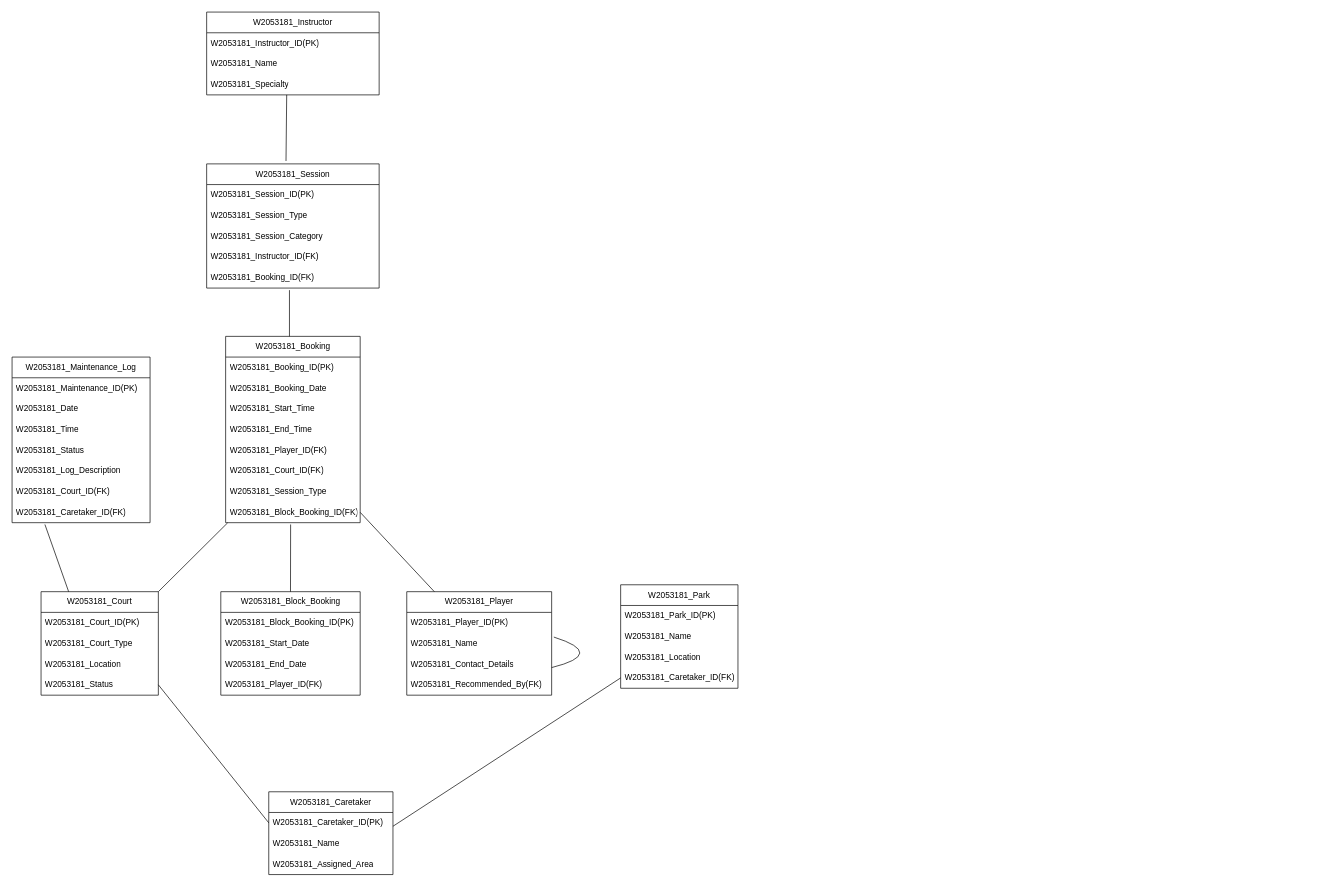
The draw.io diagram Untitled Diagram.drawio in ShenalSen/24_5COSC020_CWK, before the edit. Source tidied: cells renumbered, new cells numbered last; positions are measured from the earlier drawing's top-left corner, leaving out a move shared by most shapes. Both pictures are drawn from the tidied source at 69%, with x=0, y=0 at pixel (12, 12).
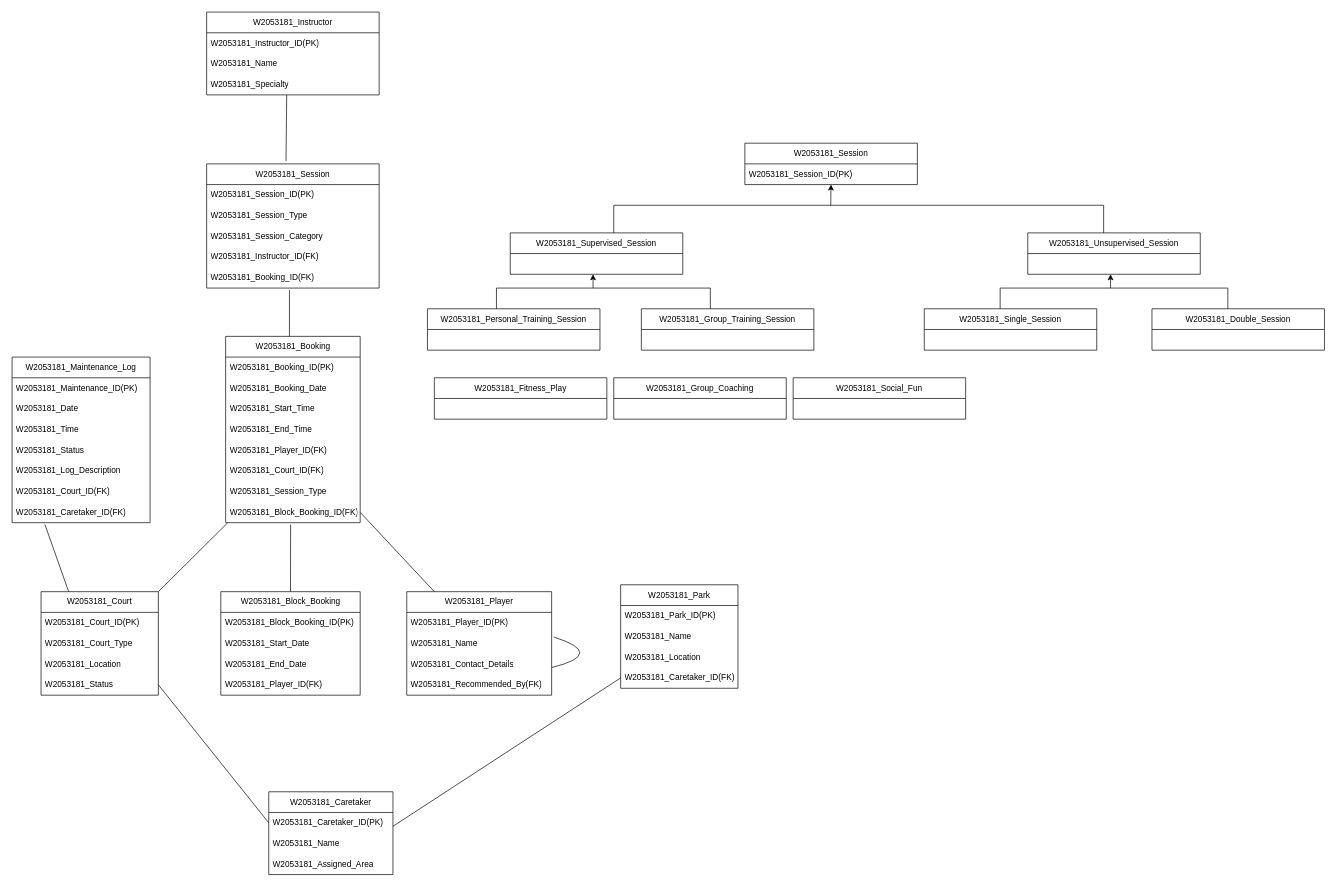
After the change.

Change to the diagram source:
```diff
@@
+    <mxCell id="62" value="W2053181_Session" style="swimlane;fontStyle=0;horizontal=1;startSize=30;whiteSpace=wrap;html=1;" parent="1" vertex="1">
+      <mxGeometry x="1062" y="190" width="250" height="60" as="geometry" />
+    </mxCell>
+    <mxCell id="63" value="W2053181_Session_ID(PK)" style="text;strokeColor=none;fillColor=none;align=left;verticalAlign=middle;spacingLeft=4;spacingRight=4;overflow=hidden;points=[[0,0.5],[1,0.5]];portConstraint=eastwest;whiteSpace=wrap;html=1;" parent="62" vertex="1">
+      <mxGeometry y="30" width="250" height="30" as="geometry" />
+    </mxCell>
+    <mxCell id="64" value="W2053181_Personal_Training_Session" style="swimlane;fontStyle=0;horizontal=1;startSize=30;whiteSpace=wrap;html=1;" parent="1" vertex="1">
+      <mxGeometry x="602" y="430" width="250" height="60" as="geometry" />
+    </mxCell>
+    <mxCell id="65" value="W2053181_Unsupervised_Session" style="swimlane;fontStyle=0;horizontal=1;startSize=30;whiteSpace=wrap;html=1;" parent="1" vertex="1">
+      <mxGeometry x="1472" y="320" width="250" height="60" as="geometry" />
+    </mxCell>
+    <mxCell id="66" style="endArrow=classic;html=1;rounded=0;" parent="65" edge="1">
+      <mxGeometry relative="1" as="geometry">
+        <mxPoint x="120" y="80" as="sourcePoint" />
+        <mxPoint x="120" y="60" as="targetPoint" />
+      </mxGeometry>
+    </mxCell>
+    <mxCell id="67" value="W2053181_Supervised_Session" style="swimlane;fontStyle=0;horizontal=1;startSize=30;whiteSpace=wrap;html=1;" parent="1" vertex="1">
+      <mxGeometry x="722" y="320" width="250" height="60" as="geometry" />
+    </mxCell>
+    <mxCell id="68" value="W2053181_Group_Training_Session" style="swimlane;fontStyle=0;horizontal=1;startSize=30;whiteSpace=wrap;html=1;" parent="1" vertex="1">
+      <mxGeometry x="912" y="430" width="250" height="60" as="geometry" />
+    </mxCell>
+    <mxCell id="69" value="W2053181_Double_Session" style="swimlane;fontStyle=0;horizontal=1;startSize=30;whiteSpace=wrap;html=1;" parent="1" vertex="1">
+      <mxGeometry x="1652" y="430" width="250" height="60" as="geometry" />
+    </mxCell>
+    <mxCell id="70" value="W2053181_Single_Session" style="swimlane;fontStyle=0;horizontal=1;startSize=30;whiteSpace=wrap;html=1;" parent="1" vertex="1">
+      <mxGeometry x="1322" y="430" width="250" height="60" as="geometry" />
+    </mxCell>
+    <mxCell id="71" value="W2053181_Group_Coaching" style="swimlane;fontStyle=0;horizontal=1;startSize=30;whiteSpace=wrap;html=1;" parent="1" vertex="1">
+      <mxGeometry x="872" y="530" width="250" height="60" as="geometry" />
+    </mxCell>
+    <mxCell id="72" value="W2053181_Social_Fun" style="swimlane;fontStyle=0;horizontal=1;startSize=30;whiteSpace=wrap;html=1;" parent="1" vertex="1">
+      <mxGeometry x="1132" y="530" width="250" height="60" as="geometry" />
+    </mxCell>
+    <mxCell id="73" value="W2053181_Fitness_Play" style="swimlane;fontStyle=0;horizontal=1;startSize=30;whiteSpace=wrap;html=1;" parent="1" vertex="1">
+      <mxGeometry x="612" y="530" width="250" height="60" as="geometry" />
+    </mxCell>
+    <mxCell id="74" style="endArrow=none;html=1;rounded=0;" parent="1" edge="1">
+      <mxGeometry relative="1" as="geometry">
+        <mxPoint x="872" y="320" as="sourcePoint" />
+        <mxPoint x="872" y="280" as="targetPoint" />
+      </mxGeometry>
+    </mxCell>
+    <mxCell id="75" style="endArrow=none;html=1;rounded=0;" parent="1" edge="1">
+      <mxGeometry relative="1" as="geometry">
+        <mxPoint x="872" y="280" as="sourcePoint" />
+        <mxPoint x="1582" y="280" as="targetPoint" />
+      </mxGeometry>
+    </mxCell>
+    <mxCell id="76" style="endArrow=none;html=1;rounded=0;exitX=0.44;exitY=0;exitDx=0;exitDy=0;exitPerimeter=0;" parent="1" edge="1" source="65">
+      <mxGeometry relative="1" as="geometry">
+        <mxPoint x="1582" y="280" as="targetPoint" />
+      </mxGeometry>
+    </mxCell>
+    <mxCell id="77" style="endArrow=classic;html=1;rounded=0;" parent="1" edge="1" target="63">
+      <mxGeometry relative="1" as="geometry">
+        <mxPoint x="1186.5" y="280" as="sourcePoint" />
+      </mxGeometry>
+    </mxCell>
+    <mxCell id="78" style="endArrow=none;html=1;rounded=0;" parent="1" edge="1">
+      <mxGeometry relative="1" as="geometry">
+        <mxPoint x="702" y="430" as="sourcePoint" />
+        <mxPoint x="702" y="400" as="targetPoint" />
+      </mxGeometry>
+    </mxCell>
+    <mxCell id="79" style="endArrow=none;html=1;rounded=0;" parent="1" edge="1">
+      <mxGeometry relative="1" as="geometry">
+        <mxPoint x="1012" y="430" as="sourcePoint" />
+        <mxPoint x="1012" y="400" as="targetPoint" />
+      </mxGeometry>
+    </mxCell>
+    <mxCell id="80" style="endArrow=none;html=1;rounded=0;" parent="1" edge="1">
+      <mxGeometry relative="1" as="geometry">
+        <mxPoint x="702" y="400" as="sourcePoint" />
+        <mxPoint x="1012" y="400" as="targetPoint" />
+      </mxGeometry>
+    </mxCell>
+    <mxCell id="81" style="endArrow=classic;html=1;rounded=0;" parent="1" edge="1">
+      <mxGeometry relative="1" as="geometry">
+        <mxPoint x="842" y="400" as="sourcePoint" />
+        <mxPoint x="842" y="380" as="targetPoint" />
+      </mxGeometry>
+    </mxCell>
+    <mxCell id="82" style="endArrow=none;html=1;rounded=0;" parent="1" edge="1">
+      <mxGeometry relative="1" as="geometry">
+        <mxPoint x="1432" y="430" as="sourcePoint" />
+        <mxPoint x="1432" y="400" as="targetPoint" />
+      </mxGeometry>
+    </mxCell>
+    <mxCell id="83" style="endArrow=none;html=1;rounded=0;" parent="1" edge="1">
+      <mxGeometry relative="1" as="geometry">
+        <mxPoint x="1432" y="400" as="sourcePoint" />
+        <mxPoint x="1762" y="400" as="targetPoint" />
+      </mxGeometry>
+    </mxCell>
+    <mxCell id="84" style="endArrow=none;html=1;rounded=0;" parent="1" edge="1">
+      <mxGeometry relative="1" as="geometry">
+        <mxPoint x="1762" y="430" as="sourcePoint" />
+        <mxPoint x="1762" y="400" as="targetPoint" />
+      </mxGeometry>
+    </mxCell>
```
